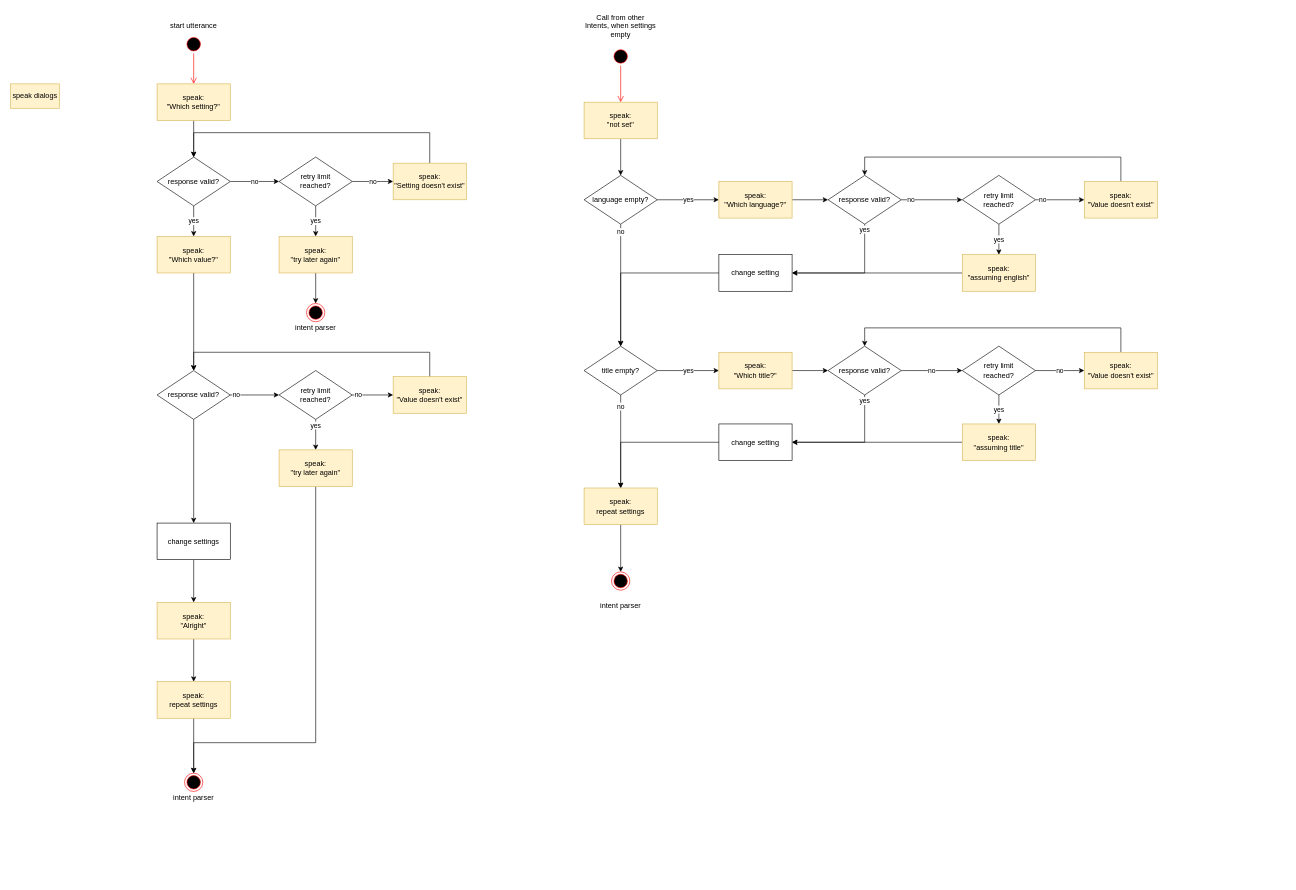
Linyeir/spellcastmanager-skill keeps this draw.io diagram as doc/activityDiagram/changeSettings.drawio. Above is the earlier version. Source tidied: cells renumbered, new cells numbered last; positions are measured from the earlier drawing's top-left corner, leaving out a move shared by most shapes. Both pictures are drawn from the tidied source at 61%, with x=0, y=0 at pixel (10, 10).
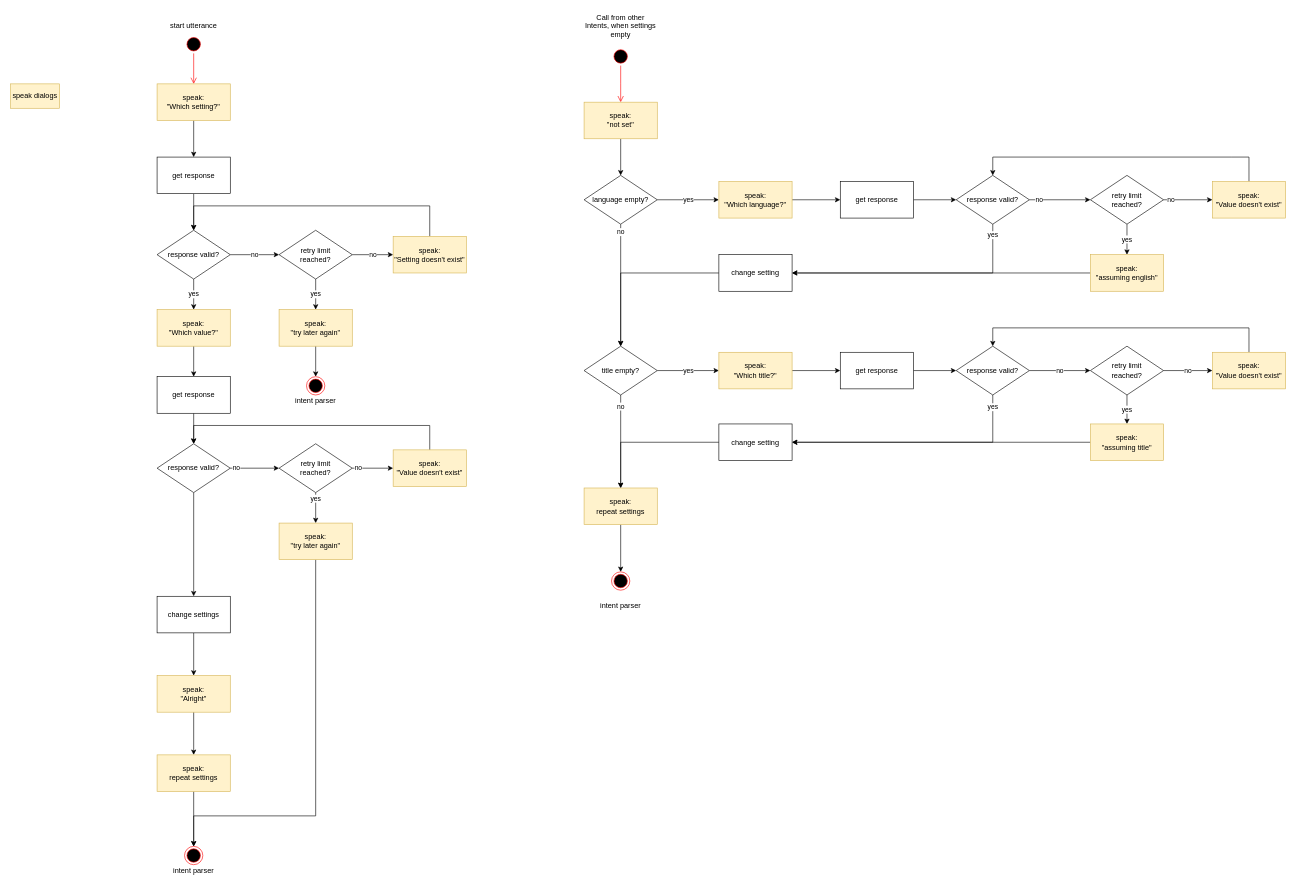
The same diagram, later.

Unchanged cells that the change refers to:
```xml
<mxCell id="9" value="speak:&lt;br&gt;&quot;Which setting?&quot;" style="rounded=0;whiteSpace=wrap;html=1;fillColor=#fff2cc;strokeColor=#d6b656;" parent="1" vertex="1">
  <mxGeometry x="240" y="120" width="120" height="60" as="geometry" />
</mxCell>
<mxCell id="51" value="speak:&lt;br&gt;&quot;Which language?&quot;" style="rounded=0;whiteSpace=wrap;html=1;fillColor=#fff2cc;strokeColor=#d6b656;" parent="1" vertex="1">
  <mxGeometry x="1161" y="280" width="120" height="60" as="geometry" />
</mxCell>
<mxCell id="63" value="speak:&lt;br&gt;&quot;Which title?&quot;" style="rounded=0;whiteSpace=wrap;html=1;fillColor=#fff2cc;strokeColor=#d6b656;" parent="1" vertex="1">
  <mxGeometry x="1161" y="560" width="120" height="60" as="geometry" />
</mxCell>
```

The edit, as a diff of the source:
```diff
@@
     <mxCell id="6" style="ellipse;html=1;shape=endState;fillColor=#000000;strokeColor=#ff0000;" parent="1" vertex="1">
-      <mxGeometry x="485" y="480" width="30" height="30" as="geometry" />
+      <mxGeometry x="485" y="600" width="30" height="30" as="geometry" />
     </mxCell>
     <mxCell id="7" value="intent parser" style="text;html=1;strokeColor=none;fillColor=none;align=center;verticalAlign=middle;whiteSpace=wrap;rounded=0;" parent="1" vertex="1">
-      <mxGeometry x="440" y="505" width="120" height="30" as="geometry" />
+      <mxGeometry x="440" y="625" width="120" height="30" as="geometry" />
     </mxCell>
-    <mxCell id="8" style="edgeStyle=orthogonalEdgeStyle;rounded=0;jettySize=auto;html=1;exitX=0.5;exitY=1;exitDx=0;exitDy=0;entryX=0.5;entryY=0;entryDx=0;entryDy=0;" parent="1" edge="1" source="9" target="12">
+    <mxCell id="8" style="edgeStyle=orthogonalEdgeStyle;rounded=0;jettySize=auto;html=1;exitX=0.5;exitY=1;exitDx=0;exitDy=0;entryX=0.5;entryY=0;entryDx=0;entryDy=0;startArrow=none;" parent="1" edge="1" source="87" target="12">
       <mxGeometry relative="1" as="geometry" />
     </mxCell>
+    <mxCell id="83" style="edgeStyle=orthogonalEdgeStyle;rounded=0;jettySize=auto;html=1;" parent="1" edge="1" source="9" target="87">
+      <mxGeometry relative="1" as="geometry" />
+    </mxCell>
@@
     <mxCell id="12" value="response valid?" style="rhombus;whiteSpace=wrap;html=1;" parent="1" vertex="1">
-      <mxGeometry x="240" y="240" width="120" height="80" as="geometry" />
+      <mxGeometry x="240" y="360" width="120" height="80" as="geometry" />
     </mxCell>
@@
     <mxCell id="15" value="retry limit &lt;br&gt;reached?" style="rhombus;whiteSpace=wrap;html=1;" parent="1" vertex="1">
-      <mxGeometry x="440" y="240" width="120" height="80" as="geometry" />
+      <mxGeometry x="440" y="360" width="120" height="80" as="geometry" />
     </mxCell>
     <mxCell id="16" style="edgeStyle=orthogonalEdgeStyle;rounded=0;jettySize=auto;html=1;exitX=0.5;exitY=0;exitDx=0;exitDy=0;entryX=0.5;entryY=0;entryDx=0;entryDy=0;" parent="1" edge="1" source="17" target="12">
       <mxGeometry relative="1" as="geometry">
         <Array as="points">
-          <mxPoint x="687" y="200" />
-          <mxPoint x="300" y="200" />
+          <mxPoint x="687" y="320" />
+          <mxPoint x="300" y="320" />
         </Array>
       </mxGeometry>
     </mxCell>
     <mxCell id="17" value="speak:&lt;br&gt;&quot;Setting doesn't exist&quot;" style="rounded=0;whiteSpace=wrap;html=1;fillColor=#fff2cc;strokeColor=#d6b656;" parent="1" vertex="1">
-      <mxGeometry x="627" y="250" width="120" height="60" as="geometry" />
+      <mxGeometry x="627" y="370" width="120" height="60" as="geometry" />
     </mxCell>
@@
     <mxCell id="19" value="speak:&lt;br&gt;&quot;try later again&quot;" style="rounded=0;whiteSpace=wrap;html=1;fillColor=#fff2cc;strokeColor=#d6b656;" parent="1" vertex="1">
-      <mxGeometry x="440" y="370" width="120" height="60" as="geometry" />
+      <mxGeometry x="440" y="490" width="120" height="60" as="geometry" />
     </mxCell>
-    <mxCell id="20" style="edgeStyle=orthogonalEdgeStyle;rounded=0;jettySize=auto;html=1;exitX=0.5;exitY=1;exitDx=0;exitDy=0;entryX=0.5;entryY=0;entryDx=0;entryDy=0;" parent="1" edge="1" source="21" target="24">
-      <mxGeometry relative="1" as="geometry" />
-    </mxCell>
+    <mxCell id="84" style="edgeStyle=orthogonalEdgeStyle;rounded=0;jettySize=auto;html=1;" parent="1" edge="1" source="21" target="89">
+      <mxGeometry relative="1" as="geometry" />
+    </mxCell>
     <mxCell id="21" value="speak:&lt;br&gt;&quot;Which value?&quot;" style="rounded=0;whiteSpace=wrap;html=1;fillColor=#fff2cc;strokeColor=#d6b656;" parent="1" vertex="1">
-      <mxGeometry x="240" y="370" width="120" height="60" as="geometry" />
+      <mxGeometry x="240" y="490" width="120" height="60" as="geometry" />
     </mxCell>
@@
     <mxCell id="24" value="response valid?" style="rhombus;whiteSpace=wrap;html=1;" parent="1" vertex="1">
-      <mxGeometry x="240" y="590" width="120" height="80" as="geometry" />
+      <mxGeometry x="240" y="710" width="120" height="80" as="geometry" />
     </mxCell>
     <mxCell id="25" style="ellipse;html=1;shape=endState;fillColor=#000000;strokeColor=#ff0000;" parent="1" vertex="1">
-      <mxGeometry x="285" y="1250" width="30" height="30" as="geometry" />
+      <mxGeometry x="285" y="1370" width="30" height="30" as="geometry" />
     </mxCell>
     <mxCell id="26" value="intent parser" style="text;html=1;strokeColor=none;fillColor=none;align=center;verticalAlign=middle;whiteSpace=wrap;rounded=0;" parent="1" vertex="1">
-      <mxGeometry x="240" y="1275" width="120" height="30" as="geometry" />
+      <mxGeometry x="240" y="1395" width="120" height="30" as="geometry" />
     </mxCell>
@@
     <mxCell id="29" value="retry limit &lt;br&gt;reached?" style="rhombus;whiteSpace=wrap;html=1;" parent="1" vertex="1">
-      <mxGeometry x="440" y="590" width="120" height="80" as="geometry" />
+      <mxGeometry x="440" y="710" width="120" height="80" as="geometry" />
     </mxCell>
     <mxCell id="30" style="edgeStyle=orthogonalEdgeStyle;rounded=0;jettySize=auto;html=1;exitX=0.5;exitY=0;exitDx=0;exitDy=0;entryX=0.5;entryY=0;entryDx=0;entryDy=0;" parent="1" edge="1" source="31" target="24">
       <mxGeometry relative="1" as="geometry">
         <Array as="points">
-          <mxPoint x="687" y="560" />
-          <mxPoint x="300" y="560" />
+          <mxPoint x="687" y="680" />
+          <mxPoint x="300" y="680" />
         </Array>
       </mxGeometry>
     </mxCell>
     <mxCell id="31" value="speak:&lt;br&gt;&quot;Value doesn't exist&quot;" style="rounded=0;whiteSpace=wrap;html=1;fillColor=#fff2cc;strokeColor=#d6b656;" parent="1" vertex="1">
-      <mxGeometry x="627" y="600" width="120" height="60" as="geometry" />
+      <mxGeometry x="627" y="720" width="120" height="60" as="geometry" />
     </mxCell>
     <mxCell id="32" style="edgeStyle=orthogonalEdgeStyle;rounded=0;jettySize=auto;html=1;exitX=0.5;exitY=1;exitDx=0;exitDy=0;entryX=0.5;entryY=0;entryDx=0;entryDy=0;" parent="1" edge="1" source="33" target="25">
       <mxGeometry relative="1" as="geometry">
         <Array as="points">
-          <mxPoint x="500" y="1200" />
-          <mxPoint x="300" y="1200" />
+          <mxPoint x="500" y="1320" />
+          <mxPoint x="300" y="1320" />
         </Array>
       </mxGeometry>
     </mxCell>
     <mxCell id="33" value="speak:&lt;br&gt;&quot;try later again&quot;" style="rounded=0;whiteSpace=wrap;html=1;fillColor=#fff2cc;strokeColor=#d6b656;" parent="1" vertex="1">
-      <mxGeometry x="440" y="720" width="120" height="60" as="geometry" />
+      <mxGeometry x="440" y="840" width="120" height="60" as="geometry" />
     </mxCell>
@@
     <mxCell id="35" value="change settings" style="rounded=0;whiteSpace=wrap;html=1;" parent="1" vertex="1">
-      <mxGeometry x="240" y="840" width="120" height="60" as="geometry" />
+      <mxGeometry x="240" y="960" width="120" height="60" as="geometry" />
     </mxCell>
@@
     <mxCell id="37" value="speak:&lt;br&gt;&quot;Alright&quot;" style="rounded=0;whiteSpace=wrap;html=1;fillColor=#fff2cc;strokeColor=#d6b656;" parent="1" vertex="1">
-      <mxGeometry x="240" y="970" width="120" height="60" as="geometry" />
+      <mxGeometry x="240" y="1090" width="120" height="60" as="geometry" />
     </mxCell>
     <mxCell id="38" style="edgeStyle=orthogonalEdgeStyle;rounded=0;jettySize=auto;html=1;exitX=0.5;exitY=1;exitDx=0;exitDy=0;" parent="1" edge="1" source="39">
       <mxGeometry relative="1" as="geometry">
-        <mxPoint x="300" y="1250" as="targetPoint" />
+        <mxPoint x="300" y="1370" as="targetPoint" />
       </mxGeometry>
     </mxCell>
     <mxCell id="39" value="speak:&lt;br&gt;repeat settings" style="rounded=0;whiteSpace=wrap;html=1;fillColor=#fff2cc;strokeColor=#d6b656;" parent="1" vertex="1">
-      <mxGeometry x="240" y="1100" width="120" height="60" as="geometry" />
+      <mxGeometry x="240" y="1220" width="120" height="60" as="geometry" />
     </mxCell>
@@
-    <mxCell id="50" style="edgeStyle=orthogonalEdgeStyle;rounded=0;jettySize=auto;html=1;" parent="1" edge="1" source="51" target="54">
-      <mxGeometry relative="1" as="geometry" />
-    </mxCell>
+    <mxCell id="85" style="edgeStyle=orthogonalEdgeStyle;rounded=0;jettySize=auto;html=1;" parent="1" edge="1" source="51" target="91">
+      <mxGeometry relative="1" as="geometry" />
+    </mxCell>
@@
     <mxCell id="54" value="response valid?" style="rhombus;whiteSpace=wrap;html=1;" parent="1" vertex="1">
-      <mxGeometry x="1340" y="270" width="120" height="80" as="geometry" />
+      <mxGeometry x="1550" y="270" width="120" height="80" as="geometry" />
     </mxCell>
@@
     <mxCell id="57" value="retry limit &lt;br&gt;reached?" style="rhombus;whiteSpace=wrap;html=1;" parent="1" vertex="1">
-      <mxGeometry x="1560" y="270" width="120" height="80" as="geometry" />
+      <mxGeometry x="1770" y="270" width="120" height="80" as="geometry" />
     </mxCell>
     <mxCell id="58" style="edgeStyle=orthogonalEdgeStyle;rounded=0;jettySize=auto;html=1;exitX=0.5;exitY=0;exitDx=0;exitDy=0;entryX=0.5;entryY=0;entryDx=0;entryDy=0;" parent="1" edge="1" source="59" target="54">
       <mxGeometry relative="1" as="geometry">
         <Array as="points">
-          <mxPoint x="1792" y="240" />
-          <mxPoint x="1405" y="240" />
+          <mxPoint x="2002" y="240" />
+          <mxPoint x="1615" y="240" />
         </Array>
       </mxGeometry>
     </mxCell>
     <mxCell id="59" value="speak:&lt;br&gt;&quot;Value doesn't exist&quot;" style="rounded=0;whiteSpace=wrap;html=1;fillColor=#fff2cc;strokeColor=#d6b656;" parent="1" vertex="1">
-      <mxGeometry x="1760" y="280" width="120" height="60" as="geometry" />
+      <mxGeometry x="1970" y="280" width="120" height="60" as="geometry" />
     </mxCell>
@@
     <mxCell id="61" value="speak:&lt;br&gt;&quot;assuming english&quot;" style="rounded=0;whiteSpace=wrap;html=1;fillColor=#fff2cc;strokeColor=#d6b656;" parent="1" vertex="1">
-      <mxGeometry x="1560" y="400" width="120" height="60" as="geometry" />
+      <mxGeometry x="1770" y="400" width="120" height="60" as="geometry" />
     </mxCell>
-    <mxCell id="62" style="edgeStyle=orthogonalEdgeStyle;rounded=0;jettySize=auto;html=1;" parent="1" edge="1" source="63" target="66">
-      <mxGeometry relative="1" as="geometry" />
-    </mxCell>
+    <mxCell id="86" style="edgeStyle=orthogonalEdgeStyle;rounded=0;jettySize=auto;html=1;" parent="1" edge="1" source="63" target="93">
+      <mxGeometry relative="1" as="geometry" />
+    </mxCell>
@@
     <mxCell id="66" value="response valid?" style="rhombus;whiteSpace=wrap;html=1;" parent="1" vertex="1">
-      <mxGeometry x="1340" y="550" width="120" height="80" as="geometry" />
+      <mxGeometry x="1550" y="550" width="120" height="80" as="geometry" />
     </mxCell>
@@
     <mxCell id="69" value="retry limit &lt;br&gt;reached?" style="rhombus;whiteSpace=wrap;html=1;" parent="1" vertex="1">
-      <mxGeometry x="1560" y="550" width="120" height="80" as="geometry" />
+      <mxGeometry x="1770" y="550" width="120" height="80" as="geometry" />
     </mxCell>
     <mxCell id="70" style="edgeStyle=orthogonalEdgeStyle;rounded=0;jettySize=auto;html=1;exitX=0.5;exitY=0;exitDx=0;exitDy=0;entryX=0.5;entryY=0;entryDx=0;entryDy=0;" parent="1" edge="1" source="71" target="66">
       <mxGeometry relative="1" as="geometry">
         <Array as="points">
-          <mxPoint x="1820" y="520" />
-          <mxPoint x="1400" y="520" />
+          <mxPoint x="2030" y="520" />
+          <mxPoint x="1610" y="520" />
         </Array>
       </mxGeometry>
     </mxCell>
     <mxCell id="71" value="speak:&lt;br&gt;&quot;Value doesn't exist&quot;" style="rounded=0;whiteSpace=wrap;html=1;fillColor=#fff2cc;strokeColor=#d6b656;" parent="1" vertex="1">
-      <mxGeometry x="1760" y="560" width="120" height="60" as="geometry" />
+      <mxGeometry x="1970" y="560" width="120" height="60" as="geometry" />
     </mxCell>
@@
     <mxCell id="73" value="speak:&lt;br&gt;&quot;assuming title&quot;" style="rounded=0;whiteSpace=wrap;html=1;fillColor=#fff2cc;strokeColor=#d6b656;" parent="1" vertex="1">
-      <mxGeometry x="1560" y="677.5" width="120" height="60" as="geometry" />
+      <mxGeometry x="1770" y="677.5" width="120" height="60" as="geometry" />
     </mxCell>
@@
+    <mxCell id="87" value="get response" style="rounded=0;whiteSpace=wrap;html=1;" parent="1" vertex="1">
+      <mxGeometry x="240" y="240" width="120" height="60" as="geometry" />
+    </mxCell>
+    <mxCell id="88" style="edgeStyle=orthogonalEdgeStyle;rounded=0;jettySize=auto;html=1;" parent="1" edge="1" source="89" target="24">
+      <mxGeometry relative="1" as="geometry" />
+    </mxCell>
+    <mxCell id="89" value="get response" style="rounded=0;whiteSpace=wrap;html=1;" parent="1" vertex="1">
+      <mxGeometry x="240" y="600" width="120" height="60" as="geometry" />
+    </mxCell>
+    <mxCell id="90" style="edgeStyle=orthogonalEdgeStyle;rounded=0;jettySize=auto;html=1;" parent="1" edge="1" source="91" target="54">
+      <mxGeometry relative="1" as="geometry" />
+    </mxCell>
+    <mxCell id="91" value="get response" style="rounded=0;whiteSpace=wrap;html=1;" parent="1" vertex="1">
+      <mxGeometry x="1360" y="280" width="120" height="60" as="geometry" />
+    </mxCell>
+    <mxCell id="92" style="edgeStyle=orthogonalEdgeStyle;rounded=0;jettySize=auto;html=1;" parent="1" edge="1" source="93" target="66">
+      <mxGeometry relative="1" as="geometry" />
+    </mxCell>
+    <mxCell id="93" value="get response" style="rounded=0;whiteSpace=wrap;html=1;" parent="1" vertex="1">
+      <mxGeometry x="1360" y="560" width="120" height="60" as="geometry" />
+    </mxCell>
```
